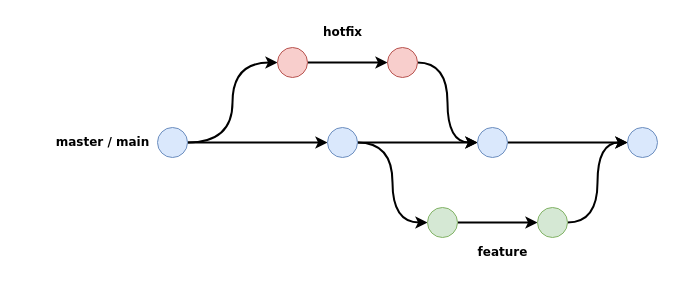
Before: diagrama-github-flow.drawio in mrclalves/desenhos, a draw.io diagram. Source tidied: cells renumbered, new cells numbered last; positions are measured from the earlier drawing's top-left corner, leaving out a move shared by most shapes. Both pictures are drawn from the tidied source at 100%, with x=0, y=0 at pixel (47, 17).
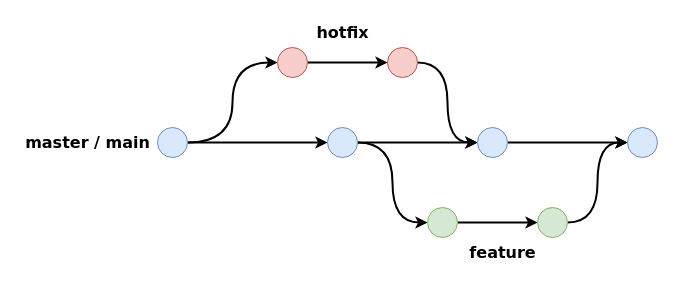
The same page after the edit.

Change to the diagram source:
```diff
@@
-    <mxCell id="5" value="master / main" style="text;html=1;align=center;verticalAlign=middle;strokeColor=none;fillColor=none;fontStyle=1;fontFamily=Verdana;" parent="1" vertex="1">
-      <mxGeometry y="110" width="110" height="30" as="geometry" />
+    <mxCell id="5" value="master / main" style="text;html=1;align=center;verticalAlign=middle;strokeColor=none;fillColor=none;fontStyle=1;fontFamily=Verdana;fontSize=16;" parent="1" vertex="1">
+      <mxGeometry x="-30" y="110" width="140" height="30" as="geometry" />
     </mxCell>
@@
-    <mxCell id="20" value="hotfix" style="text;html=1;align=center;verticalAlign=middle;strokeColor=none;fillColor=none;fontStyle=1;fontFamily=Verdana;" parent="1" vertex="1">
-      <mxGeometry x="265" width="60" height="30" as="geometry" />
+    <mxCell id="20" value="hotfix" style="text;html=1;align=center;verticalAlign=middle;strokeColor=none;fillColor=none;fontStyle=1;fontFamily=Verdana;fontSize=16;" parent="1" vertex="1">
+      <mxGeometry x="260" width="70" height="30" as="geometry" />
     </mxCell>
-    <mxCell id="21" value="feature" style="text;html=1;align=center;verticalAlign=middle;strokeColor=none;fillColor=none;fontStyle=1;fontFamily=Verdana;" parent="1" vertex="1">
-      <mxGeometry x="419.5" y="220" width="70" height="30" as="geometry" />
+    <mxCell id="21" value="feature" style="text;html=1;align=center;verticalAlign=middle;strokeColor=none;fillColor=none;fontStyle=1;fontFamily=Verdana;fontSize=16;" parent="1" vertex="1">
+      <mxGeometry x="414.5" y="220" width="80" height="30" as="geometry" />
     </mxCell>
```
